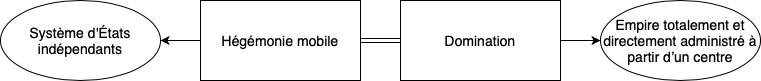
The draw.io diagram Images/le_pendule_d'Adam_Watson.png in chuyizhang23/Relations-internationales, before a commit. Source tidied: cells renumbered, new cells last; positions are measured from the earlier drawing's top-left corner, leaving out a move shared by most shapes.
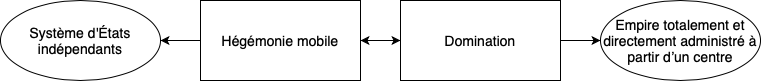
After the change.

Change to the diagram source:
```diff
@@ -2,7 +2,7 @@
   <root>
     <mxCell id="0" style="html=1;" />
     <mxCell id="1" style="html=1;" parent="0" />
-    <mxCell id="2" style="rounded=0;jettySize=auto;html=1;shape=link;" parent="1" edge="1" source="4" target="6">
+    <mxCell id="2" style="rounded=0;jettySize=auto;html=1;" parent="1" edge="1" source="4" target="6">
       <mxGeometry relative="1" as="geometry" />
     </mxCell>
     <mxCell id="3" style="edgeStyle=orthogonalEdgeStyle;rounded=0;jettySize=auto;html=1;" parent="1" edge="1" source="4" target="7">
@@ -14,6 +14,9 @@
     <mxCell id="5" style="edgeStyle=orthogonalEdgeStyle;rounded=0;jettySize=auto;html=1;" parent="1" edge="1" source="6" target="8">
       <mxGeometry relative="1" as="geometry" />
     </mxCell>
+    <mxCell id="9" style="edgeStyle=orthogonalEdgeStyle;rounded=0;jettySize=auto;html=1;" parent="1" edge="1" source="6" target="4">
+      <mxGeometry relative="1" as="geometry" />
+    </mxCell>
     <mxCell id="6" value="&lt;font style=&quot;font-size: 14px;&quot;&gt;Domination&lt;/font&gt;" style="rounded=0;whiteSpace=wrap;html=1;" parent="1" vertex="1">
       <mxGeometry x="400" width="160" height="80" as="geometry" />
     </mxCell>
```
